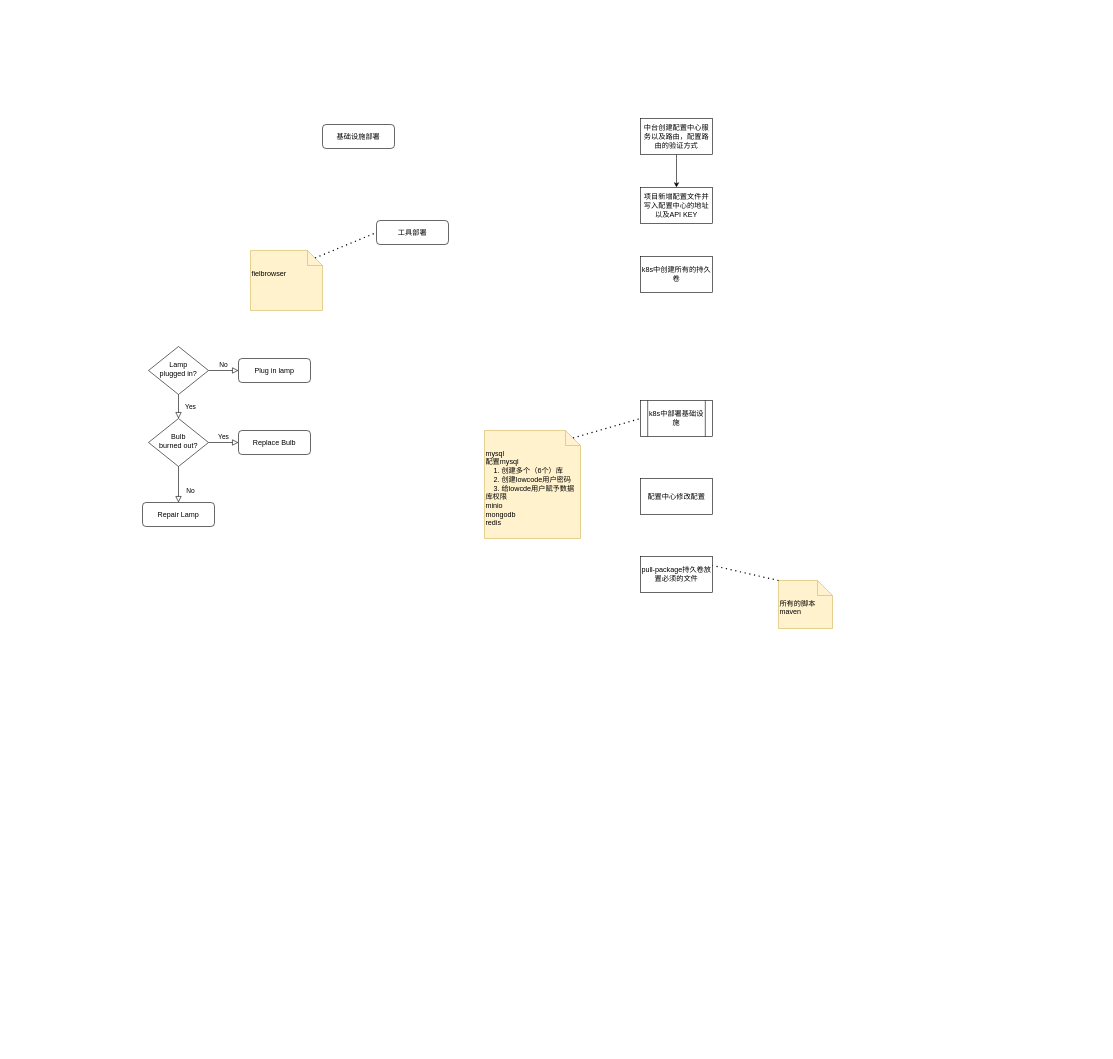
The draw.io diagram 部署流程.drawio in ProgrammerLZ/drawio, before the edit. Source tidied: cells renumbered, new cells numbered last; positions are measured from the earlier drawing's top-left corner, leaving out a move shared by most shapes. Both pictures are drawn from the tidied source at 60%, with x=0, y=0 at pixel (142, 118).
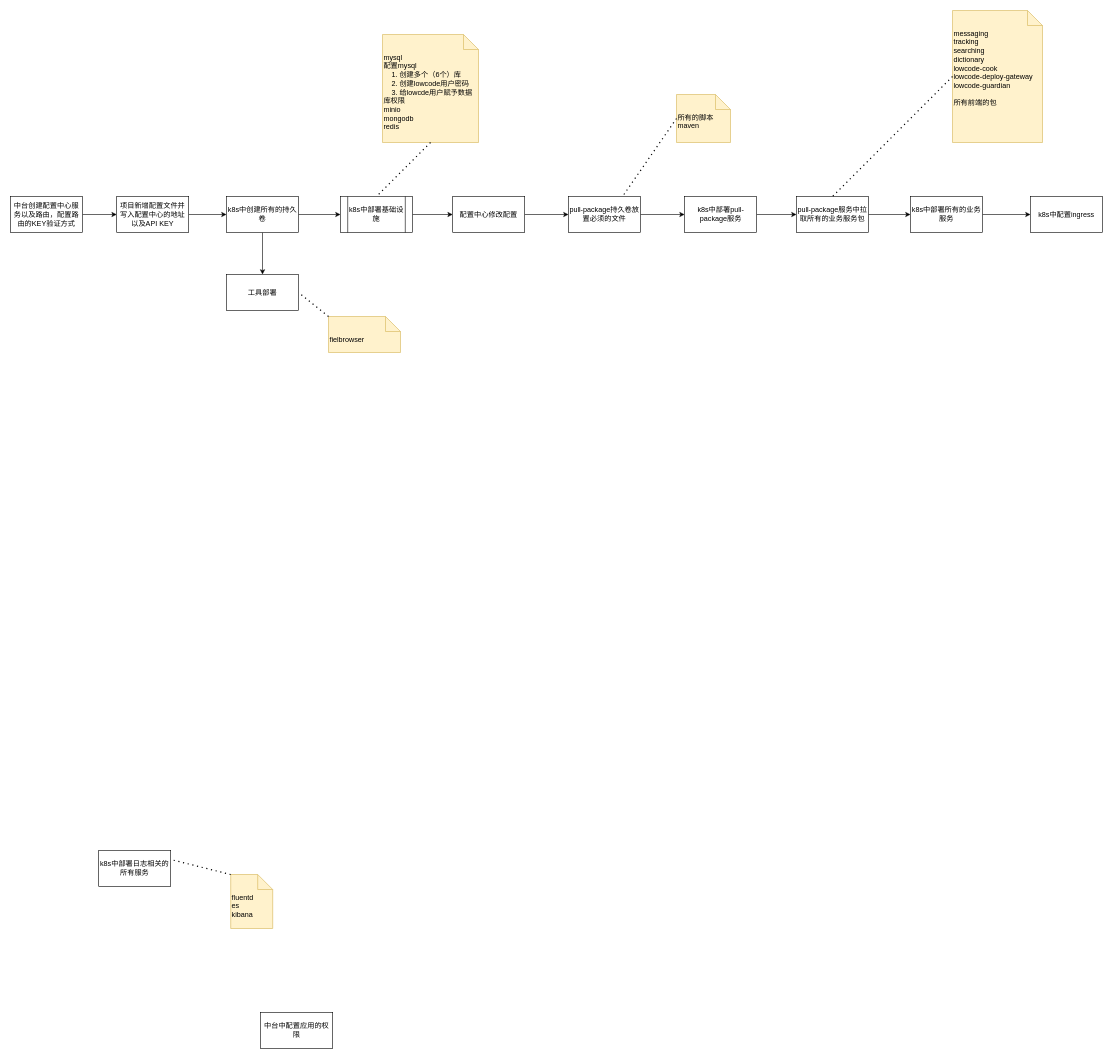
The same diagram, later.

Commit message (it also covers changes not shown here):
更新部署流程.drawio

Change to the diagram source:
```diff
@@
-    <mxCell id="2" value="Yes" style="rounded=0;html=1;jettySize=auto;fontSize=11;endArrow=block;endFill=0;endSize=8;strokeWidth=1;shadow=0;labelBackgroundColor=none;edgeStyle=orthogonalEdgeStyle;" parent="1" edge="1" source="4" target="8">
-      <mxGeometry y="20" relative="1" as="geometry" />
-    </mxCell>
-    <mxCell id="3" value="No" style="edgeStyle=orthogonalEdgeStyle;rounded=0;html=1;jettySize=auto;fontSize=11;endArrow=block;endFill=0;endSize=8;strokeWidth=1;shadow=0;labelBackgroundColor=none;" parent="1" edge="1" source="4" target="5">
-      <mxGeometry y="10" relative="1" as="geometry" />
-    </mxCell>
-    <mxCell id="4" value="Lamp&lt;br&gt;plugged in?" style="rhombus;whiteSpace=wrap;html=1;shadow=0;fontFamily=Helvetica;fontSize=12;align=center;strokeWidth=1;spacing=6;spacingTop=-4;" parent="1" vertex="1">
-      <mxGeometry x="10" y="380" width="100" height="80" as="geometry" />
-    </mxCell>
-    <mxCell id="5" value="Plug in lamp" style="rounded=1;whiteSpace=wrap;html=1;fontSize=12;glass=0;strokeWidth=1;shadow=0;" parent="1" vertex="1">
-      <mxGeometry x="160" y="400" width="120" height="40" as="geometry" />
-    </mxCell>
-    <mxCell id="6" value="No" style="rounded=0;html=1;jettySize=auto;fontSize=11;endArrow=block;endFill=0;endSize=8;strokeWidth=1;shadow=0;labelBackgroundColor=none;edgeStyle=orthogonalEdgeStyle;" parent="1" edge="1" source="8" target="9">
-      <mxGeometry x="0.33" y="20" relative="1" as="geometry" />
-    </mxCell>
-    <mxCell id="7" value="Yes" style="edgeStyle=orthogonalEdgeStyle;rounded=0;html=1;jettySize=auto;fontSize=11;endArrow=block;endFill=0;endSize=8;strokeWidth=1;shadow=0;labelBackgroundColor=none;" parent="1" edge="1" source="8" target="10">
-      <mxGeometry y="10" relative="1" as="geometry" />
-    </mxCell>
-    <mxCell id="8" value="Bulb&lt;br&gt;burned out?" style="rhombus;whiteSpace=wrap;html=1;shadow=0;fontFamily=Helvetica;fontSize=12;align=center;strokeWidth=1;spacing=6;spacingTop=-4;" parent="1" vertex="1">
-      <mxGeometry x="10" y="500" width="100" height="80" as="geometry" />
-    </mxCell>
-    <mxCell id="9" value="Repair Lamp" style="rounded=1;whiteSpace=wrap;html=1;fontSize=12;glass=0;strokeWidth=1;shadow=0;" parent="1" vertex="1">
-      <mxGeometry y="640" width="120" height="40" as="geometry" />
-    </mxCell>
-    <mxCell id="10" value="Replace Bulb" style="rounded=1;whiteSpace=wrap;html=1;fontSize=12;glass=0;strokeWidth=1;shadow=0;" parent="1" vertex="1">
-      <mxGeometry x="160" y="520" width="120" height="40" as="geometry" />
-    </mxCell>
-    <mxCell id="11" value="基础设施部署" style="rounded=1;whiteSpace=wrap;html=1;fontSize=12;glass=0;strokeWidth=1;shadow=0;" parent="1" vertex="1">
-      <mxGeometry x="300" y="10" width="120" height="40" as="geometry" />
-    </mxCell>
     <mxCell id="12" value="mysql&lt;div&gt;&lt;div&gt;&lt;span style=&quot;text-align: center;&quot;&gt;配置mysql&lt;/span&gt;&lt;br&gt;&lt;/div&gt;&lt;div&gt;&lt;span style=&quot;text-align: center;&quot;&gt;&amp;nbsp; &amp;nbsp;&amp;nbsp;&lt;/span&gt;&lt;span style=&quot;background-color: initial;&quot;&gt;1. 创建多个（6个）库&lt;/span&gt;&lt;/div&gt;&lt;div&gt;&amp;nbsp; &amp;nbsp; 2. 创建lowcode用户密码&lt;/div&gt;&lt;div&gt;&amp;nbsp; &amp;nbsp; 3. 给lowcde用户赋予数据库权限&lt;/div&gt;&lt;div&gt;minio&lt;/div&gt;&lt;div&gt;mongodb&lt;/div&gt;&lt;div&gt;redis&lt;/div&gt;&lt;div&gt;&lt;br&gt;&lt;/div&gt;&lt;/div&gt;" style="shape=note2;boundedLbl=1;whiteSpace=wrap;html=1;size=25;verticalAlign=top;align=left;fillColor=#fff2cc;strokeColor=#d6b656;" parent="1" vertex="1">
-      <mxGeometry x="570" y="520" width="160" height="180" as="geometry" />
+      <mxGeometry x="400" y="-140" width="160" height="180" as="geometry" />
     </mxCell>
-    <mxCell id="13" value="工具部署" style="rounded=1;whiteSpace=wrap;html=1;fontSize=12;glass=0;strokeWidth=1;shadow=0;" parent="1" vertex="1">
-      <mxGeometry x="390" y="170" width="120" height="40" as="geometry" />
-    </mxCell>
     <mxCell id="14" value="fielbrowser" style="shape=note2;boundedLbl=1;whiteSpace=wrap;html=1;size=25;verticalAlign=top;align=left;fillColor=#fff2cc;strokeColor=#d6b656;" parent="1" vertex="1">
-      <mxGeometry x="180" y="220" width="120" height="100" as="geometry" />
+      <mxGeometry x="310" y="330" width="120" height="60" as="geometry" />
     </mxCell>
-    <mxCell id="15" style="endArrow=none;dashed=1;html=1;dashPattern=1 3;strokeWidth=2;rounded=0;entryX=0;entryY=0.5;entryDx=0;entryDy=0;exitX=0;exitY=0;exitDx=107.5;exitDy=12.5;exitPerimeter=0;" parent="1" edge="1" source="14" target="13">
+    <mxCell id="15" style="endArrow=none;dashed=1;html=1;dashPattern=1 3;strokeWidth=2;rounded=0;entryX=1;entryY=0.5;entryDx=0;entryDy=0;exitX=0;exitY=0;exitDx=0;exitDy=0;exitPerimeter=0;" parent="1" edge="1" source="14" target="13">
       <mxGeometry relative="1" as="geometry" />
     </mxCell>
+    <mxCell id="26" style="edgeStyle=none;rounded=0;jettySize=auto;html=1;" parent="1" edge="1" source="16" target="21">
+      <mxGeometry relative="1" as="geometry" />
+    </mxCell>
     <mxCell id="16" value="k8s中部署基础设施" style="shape=process;whiteSpace=wrap;html=1;backgroundOutline=1;" parent="1" vertex="1">
-      <mxGeometry x="830" y="470" width="120" height="60" as="geometry" />
+      <mxGeometry x="330" y="130" width="120" height="60" as="geometry" />
     </mxCell>
+    <mxCell id="27" style="edgeStyle=none;rounded=0;jettySize=auto;html=1;" parent="1" edge="1" source="17" target="22">
+      <mxGeometry relative="1" as="geometry" />
+    </mxCell>
     <mxCell id="17" value="项目新增配置文件并写入配置中心的地址以及API KEY" style="rounded=0;whiteSpace=wrap;html=1;" parent="1" vertex="1">
-      <mxGeometry x="830" y="115" width="120" height="60" as="geometry" />
+      <mxGeometry x="-43" y="130" width="120" height="60" as="geometry" />
     </mxCell>
@@
-    <mxCell id="19" value="中台创建配置中心服务以及路由，配置路由的验证方式" style="rounded=0;whiteSpace=wrap;html=1;" parent="1" vertex="1">
-      <mxGeometry x="830" width="120" height="60" as="geometry" />
+    <mxCell id="19" value="中台创建配置中心服务以及路由，配置路由的KEY验证方式" style="rounded=0;whiteSpace=wrap;html=1;" parent="1" vertex="1">
+      <mxGeometry x="-220" y="130" width="120" height="60" as="geometry" />
     </mxCell>
-    <mxCell id="20" style="endArrow=none;dashed=1;html=1;dashPattern=1 3;strokeWidth=2;rounded=0;entryX=0;entryY=0.5;entryDx=0;entryDy=0;exitX=0;exitY=0;exitDx=147.5;exitDy=12.5;exitPerimeter=0;" parent="1" edge="1" source="12" target="16">
+    <mxCell id="20" style="endArrow=none;dashed=1;html=1;dashPattern=1 3;strokeWidth=2;rounded=0;entryX=0.5;entryY=0;entryDx=0;entryDy=0;exitX=0.5;exitY=1;exitDx=0;exitDy=0;exitPerimeter=0;" parent="1" edge="1" source="12" target="16">
       <mxGeometry relative="1" as="geometry" />
     </mxCell>
+    <mxCell id="28" style="edgeStyle=none;rounded=0;jettySize=auto;html=1;" parent="1" edge="1" source="21" target="23">
+      <mxGeometry relative="1" as="geometry" />
+    </mxCell>
     <mxCell id="21" value="配置中心修改配置" style="rounded=0;whiteSpace=wrap;html=1;" parent="1" vertex="1">
-      <mxGeometry x="830" y="600" width="120" height="60" as="geometry" />
+      <mxGeometry x="517" y="130" width="120" height="60" as="geometry" />
     </mxCell>
+    <mxCell id="29" style="edgeStyle=none;rounded=0;jettySize=auto;html=1;" parent="1" edge="1" source="22" target="16">
+      <mxGeometry relative="1" as="geometry" />
+    </mxCell>
+    <mxCell id="30" style="edgeStyle=none;rounded=0;jettySize=auto;html=1;" parent="1" edge="1" source="22" target="13">
+      <mxGeometry relative="1" as="geometry" />
+    </mxCell>
     <mxCell id="22" value="k8s中创建所有的持久卷" style="rounded=0;whiteSpace=wrap;html=1;" parent="1" vertex="1">
-      <mxGeometry x="830" y="230" width="120" height="60" as="geometry" />
+      <mxGeometry x="140" y="130" width="120" height="60" as="geometry" />
     </mxCell>
+    <mxCell id="31" style="edgeStyle=none;rounded=0;jettySize=auto;html=1;" parent="1" edge="1" source="23" target="33">
+      <mxGeometry relative="1" as="geometry" />
+    </mxCell>
     <mxCell id="23" value="pull-package持久卷放置必须的文件" style="rounded=0;whiteSpace=wrap;html=1;" parent="1" vertex="1">
-      <mxGeometry x="830" y="730" width="120" height="60" as="geometry" />
+      <mxGeometry x="710" y="130" width="120" height="60" as="geometry" />
     </mxCell>
     <mxCell id="24" value="所有的脚本&lt;div&gt;maven&lt;/div&gt;" style="shape=note2;boundedLbl=1;whiteSpace=wrap;html=1;size=25;verticalAlign=top;align=left;fillColor=#fff2cc;strokeColor=#d6b656;" parent="1" vertex="1">
-      <mxGeometry x="1060" y="770" width="90" height="80" as="geometry" />
+      <mxGeometry x="890" y="-40" width="90" height="80" as="geometry" />
     </mxCell>
-    <mxCell id="25" style="endArrow=none;dashed=1;html=1;dashPattern=1 3;strokeWidth=2;rounded=0;entryX=1;entryY=0.25;entryDx=0;entryDy=0;exitX=0;exitY=0;exitDx=0;exitDy=0;exitPerimeter=0;" parent="1" edge="1" source="24" target="23">
+    <mxCell id="25" style="endArrow=none;dashed=1;html=1;dashPattern=1 3;strokeWidth=2;rounded=0;entryX=0.75;entryY=0;entryDx=0;entryDy=0;exitX=0;exitY=0.5;exitDx=0;exitDy=0;exitPerimeter=0;" parent="1" edge="1" source="24" target="23">
       <mxGeometry relative="1" as="geometry" />
     </mxCell>
+    <mxCell id="32" style="edgeStyle=none;rounded=0;jettySize=auto;html=1;" parent="1" edge="1" source="33" target="35">
+      <mxGeometry relative="1" as="geometry" />
+    </mxCell>
+    <mxCell id="33" value="k8s中部署pull-package服务" style="rounded=0;whiteSpace=wrap;html=1;" parent="1" vertex="1">
+      <mxGeometry x="903.5" y="130" width="120" height="60" as="geometry" />
+    </mxCell>
+    <mxCell id="34" style="edgeStyle=none;rounded=0;jettySize=auto;html=1;" parent="1" edge="1" source="35" target="39">
+      <mxGeometry relative="1" as="geometry" />
+    </mxCell>
+    <mxCell id="35" value="pull-package服务中拉取所有的业务服务包" style="rounded=0;whiteSpace=wrap;html=1;" parent="1" vertex="1">
+      <mxGeometry x="1090" y="130" width="120" height="60" as="geometry" />
+    </mxCell>
+    <mxCell id="36" value="messaging&lt;div&gt;tracking&lt;/div&gt;&lt;div&gt;searching&lt;/div&gt;&lt;div&gt;dictionary&lt;/div&gt;&lt;div&gt;lowcode-cook&lt;/div&gt;&lt;div&gt;lowcode-deploy-gateway&lt;/div&gt;&lt;div&gt;lowcode-guardian&lt;/div&gt;&lt;div&gt;&lt;br&gt;&lt;/div&gt;&lt;div&gt;所有前端的包&lt;/div&gt;" style="shape=note2;boundedLbl=1;whiteSpace=wrap;html=1;size=25;verticalAlign=top;align=left;fillColor=#fff2cc;strokeColor=#d6b656;" parent="1" vertex="1">
+      <mxGeometry x="1350" y="-180" width="150" height="220" as="geometry" />
+    </mxCell>
+    <mxCell id="37" style="endArrow=none;dashed=1;html=1;dashPattern=1 3;strokeWidth=2;rounded=0;entryX=0.5;entryY=0;entryDx=0;entryDy=0;exitX=0;exitY=0.5;exitDx=0;exitDy=0;exitPerimeter=0;" parent="1" edge="1" source="36" target="35">
+      <mxGeometry relative="1" as="geometry" />
+    </mxCell>
+    <mxCell id="38" style="edgeStyle=none;rounded=0;jettySize=auto;html=1;" parent="1" edge="1" source="39" target="43">
+      <mxGeometry relative="1" as="geometry" />
+    </mxCell>
+    <mxCell id="39" value="k8s中部署所有的业务服务" style="rounded=0;whiteSpace=wrap;html=1;" parent="1" vertex="1">
+      <mxGeometry x="1280" y="130" width="120" height="60" as="geometry" />
+    </mxCell>
+    <mxCell id="40" value="k8s中部署日志相关的所有服务" style="rounded=0;whiteSpace=wrap;html=1;" parent="1" vertex="1">
+      <mxGeometry x="-73" y="1220" width="120" height="60" as="geometry" />
+    </mxCell>
+    <mxCell id="41" value="fluentd&lt;div&gt;es&lt;/div&gt;&lt;div&gt;kibana&lt;/div&gt;" style="shape=note2;boundedLbl=1;whiteSpace=wrap;html=1;size=25;verticalAlign=top;align=left;fillColor=#fff2cc;strokeColor=#d6b656;" parent="1" vertex="1">
+      <mxGeometry x="147" y="1260" width="70" height="90" as="geometry" />
+    </mxCell>
+    <mxCell id="42" style="endArrow=none;dashed=1;html=1;dashPattern=1 3;strokeWidth=2;rounded=0;entryX=1;entryY=0.25;entryDx=0;entryDy=0;exitX=0;exitY=0;exitDx=0;exitDy=0;exitPerimeter=0;" parent="1" edge="1" source="41" target="40">
+      <mxGeometry relative="1" as="geometry" />
+    </mxCell>
+    <mxCell id="43" value="k8s中配置ingress" style="rounded=0;whiteSpace=wrap;html=1;" parent="1" vertex="1">
+      <mxGeometry x="1480" y="130" width="120" height="60" as="geometry" />
+    </mxCell>
+    <mxCell id="44" value="中台中配置应用的权限" style="rounded=0;whiteSpace=wrap;html=1;" parent="1" vertex="1">
+      <mxGeometry x="197" y="1490" width="120" height="60" as="geometry" />
+    </mxCell>
+    <mxCell id="13" value="工具部署" style="rounded=0;whiteSpace=wrap;html=1;" parent="1" vertex="1">
+      <mxGeometry x="140" y="260" width="120" height="60" as="geometry" />
+    </mxCell>
```
